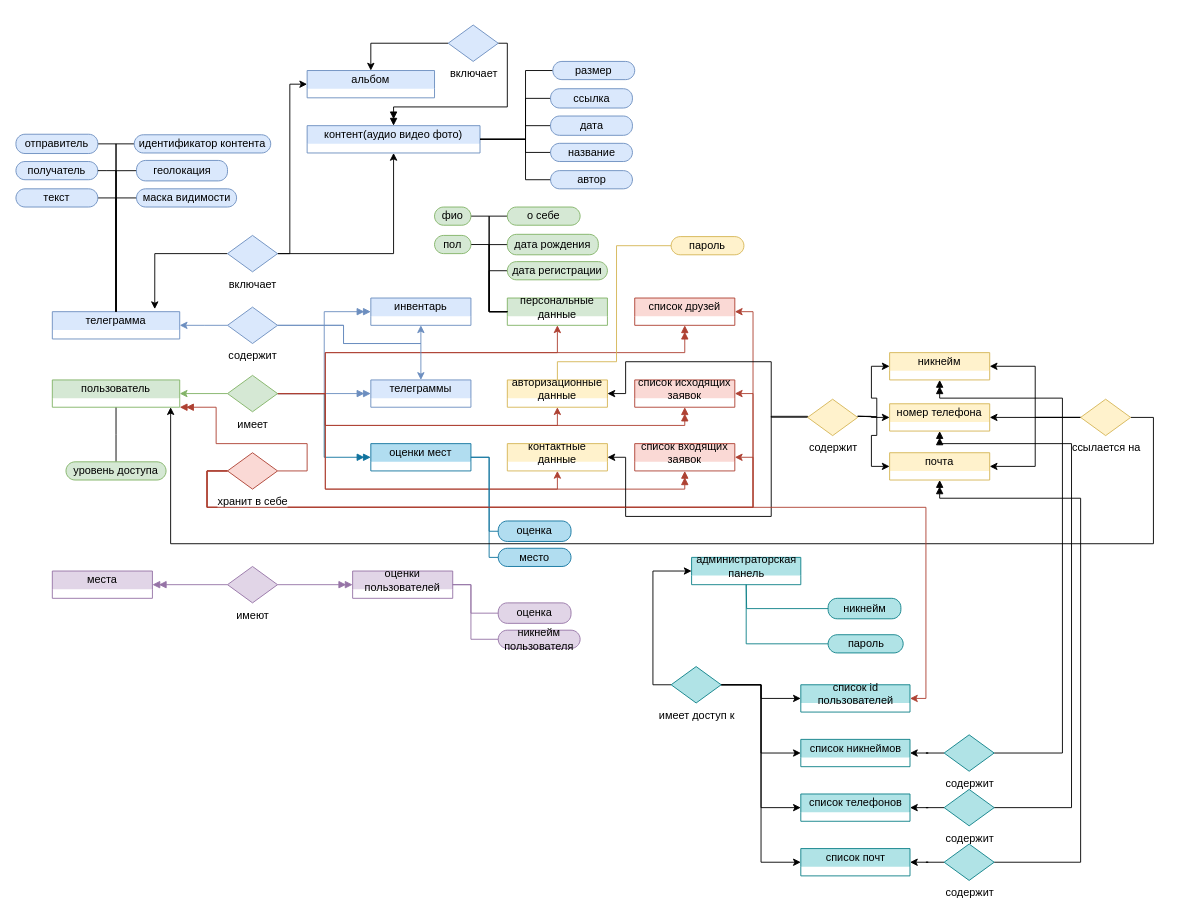
Earlier version of the draw.io diagram project.drawio (vadisflyer/katacoda-scenarios). Source tidied: cells renumbered, new cells numbered last; positions are measured from the earlier drawing's top-left corner, leaving out a move shared by most shapes. Both pictures are drawn from the tidied source at 91%, with x=0, y=0 at pixel (15, 25).
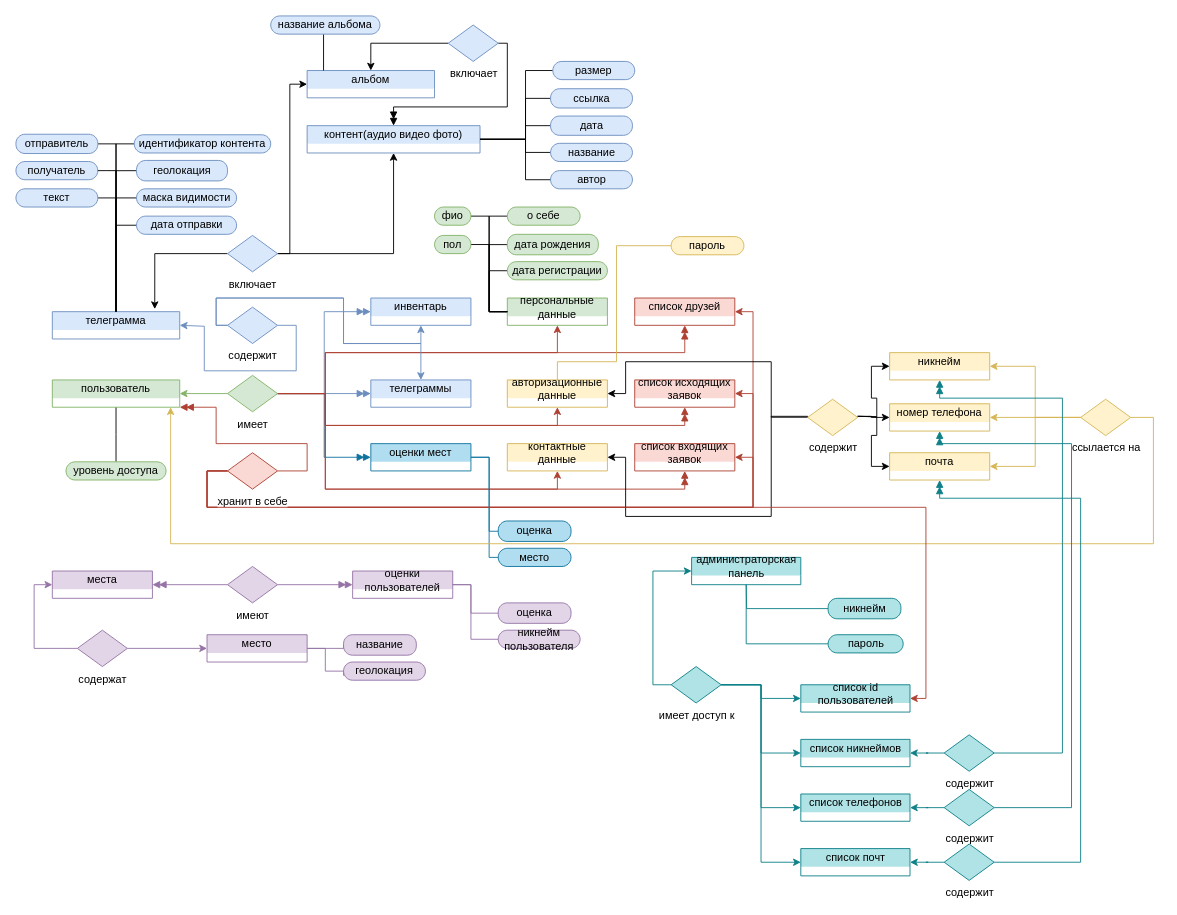
The same diagram, later.

The change refers to these unchanged cells:
```xml
<mxCell id="3" value="пользователь" style="swimlane;html=1;startSize=20;fontStyle=0;horizontal=1;swimlaneLine=0;fillColor=#d5e8d4;whiteSpace=wrap;strokeColor=#82b366;" parent="1" vertex="1">
  <mxGeometry x="40" y="390" width="140" height="30" as="geometry" />
</mxCell>
<mxCell id="4" value="инвентарь" style="swimlane;html=1;startSize=20;fontStyle=0;horizontal=1;swimlaneLine=0;fillColor=#dae8fc;whiteSpace=wrap;strokeColor=#6c8ebf;" parent="1" vertex="1">
  <mxGeometry x="390" y="300" width="110" height="30" as="geometry" />
</mxCell>
<mxCell id="6" value="телеграммы" style="swimlane;html=1;startSize=20;fontStyle=0;horizontal=1;swimlaneLine=0;fillColor=#dae8fc;whiteSpace=wrap;strokeColor=#6c8ebf;" parent="1" vertex="1">
  <mxGeometry x="390" y="390" width="110" height="30" as="geometry" />
</mxCell>
<mxCell id="16" value="места" style="swimlane;html=1;startSize=20;fontStyle=0;horizontal=1;swimlaneLine=0;fillColor=#e1d5e7;whiteSpace=wrap;strokeColor=#9673a6;" parent="1" vertex="1">
  <mxGeometry x="40" y="600" width="110" height="30" as="geometry" />
</mxCell>
<mxCell id="18" value="администраторская панель" style="swimlane;html=1;startSize=20;fontStyle=0;horizontal=1;swimlaneLine=0;fillColor=#b0e3e6;whiteSpace=wrap;strokeColor=#0e8088;" parent="1" vertex="1">
  <mxGeometry x="742.5" y="585" width="120" height="30" as="geometry" />
</mxCell>
<mxCell id="57" value="содержит" style="points=[[0.25,0.25,0],[0.5,0,0],[0.75,0.25,0],[1,0.5,0],[0.75,0.75,0],[0.5,1,0],[0.25,0.75,0],[0,0.5,0]];shape=mxgraph.bpmn.gateway2;html=1;verticalLabelPosition=bottom;labelBackgroundColor=#ffffff;verticalAlign=top;align=center;perimeter=rhombusPerimeter;outlineConnect=0;outline=none;symbol=none;fillColor=#dae8fc;strokeColor=#6c8ebf;" parent="1" vertex="1">
  <mxGeometry x="232.5" y="310" width="55" height="40" as="geometry" />
</mxCell>
<mxCell id="58" value="телеграмма" style="swimlane;html=1;startSize=20;fontStyle=0;horizontal=1;swimlaneLine=0;fillColor=#dae8fc;whiteSpace=wrap;strokeColor=#6c8ebf;" parent="1" vertex="1">
  <mxGeometry x="40" y="315" width="140" height="30" as="geometry" />
</mxCell>
<mxCell id="83" value="альбом" style="swimlane;html=1;startSize=20;fontStyle=0;horizontal=1;swimlaneLine=0;fillColor=#dae8fc;whiteSpace=wrap;strokeColor=#6c8ebf;" parent="1" vertex="1">
  <mxGeometry x="320" y="50" width="140" height="30" as="geometry" />
</mxCell>
<mxCell id="102" value="имеет доступ к" style="points=[[0.25,0.25,0],[0.5,0,0],[0.75,0.25,0],[1,0.5,0],[0.75,0.75,0],[0.5,1,0],[0.25,0.75,0],[0,0.5,0]];shape=mxgraph.bpmn.gateway2;html=1;verticalLabelPosition=bottom;labelBackgroundColor=#ffffff;verticalAlign=top;align=center;perimeter=rhombusPerimeter;outlineConnect=0;outline=none;symbol=none;fillColor=#b0e3e6;strokeColor=#0e8088;" parent="1" vertex="1">
  <mxGeometry x="720" y="705" width="55" height="40" as="geometry" />
</mxCell>
<mxCell id="103" value="список id пользователей" style="swimlane;html=1;startSize=20;fontStyle=0;horizontal=1;swimlaneLine=0;fillColor=#b0e3e6;whiteSpace=wrap;strokeColor=#0e8088;" parent="1" vertex="1">
  <mxGeometry x="862.5" y="725" width="120" height="30" as="geometry" />
</mxCell>
<mxCell id="104" value="список никнеймов" style="swimlane;html=1;startSize=20;fontStyle=0;horizontal=1;swimlaneLine=0;fillColor=#b0e3e6;whiteSpace=wrap;strokeColor=#0e8088;" parent="1" vertex="1">
  <mxGeometry x="862.5" y="785" width="120" height="30" as="geometry" />
</mxCell>
<mxCell id="105" value="список телефонов" style="swimlane;html=1;startSize=20;fontStyle=0;horizontal=1;swimlaneLine=0;fillColor=#b0e3e6;whiteSpace=wrap;strokeColor=#0e8088;" parent="1" vertex="1">
  <mxGeometry x="862.5" y="845" width="120" height="30" as="geometry" />
</mxCell>
<mxCell id="106" value="список почт" style="swimlane;html=1;startSize=20;fontStyle=0;horizontal=1;swimlaneLine=0;fillColor=#b0e3e6;whiteSpace=wrap;strokeColor=#0e8088;" parent="1" vertex="1">
  <mxGeometry x="862.5" y="905" width="120" height="30" as="geometry" />
</mxCell>
<mxCell id="107" value="никнейм" style="swimlane;html=1;startSize=20;fontStyle=0;horizontal=1;swimlaneLine=0;fillColor=#fff2cc;whiteSpace=wrap;strokeColor=#d6b656;" parent="1" vertex="1">
  <mxGeometry x="960.1" y="360" width="110" height="30" as="geometry" />
</mxCell>
<mxCell id="108" value="почта" style="swimlane;html=1;startSize=20;fontStyle=0;horizontal=1;swimlaneLine=0;fillColor=#fff2cc;whiteSpace=wrap;strokeColor=#d6b656;" parent="1" vertex="1">
  <mxGeometry x="960.1" y="470" width="110" height="30" as="geometry" />
</mxCell>
<mxCell id="109" value="номер телефона" style="swimlane;html=1;startSize=20;fontStyle=0;horizontal=1;swimlaneLine=0;fillColor=#fff2cc;whiteSpace=wrap;strokeColor=#d6b656;" parent="1" vertex="1">
  <mxGeometry x="960.1" y="416.2" width="110" height="30" as="geometry" />
</mxCell>
<mxCell id="119" value="ссылается на" style="points=[[0.25,0.25,0],[0.5,0,0],[0.75,0.25,0],[1,0.5,0],[0.75,0.75,0],[0.5,1,0],[0.25,0.75,0],[0,0.5,0]];shape=mxgraph.bpmn.gateway2;html=1;verticalLabelPosition=bottom;labelBackgroundColor=#ffffff;verticalAlign=top;align=center;perimeter=rhombusPerimeter;outlineConnect=0;outline=none;symbol=none;fillColor=#fff2cc;strokeColor=#d6b656;" parent="1" vertex="1">
  <mxGeometry x="1170" y="411.2" width="55" height="40" as="geometry" />
</mxCell>
<mxCell id="123" value="содержит" style="points=[[0.25,0.25,0],[0.5,0,0],[0.75,0.25,0],[1,0.5,0],[0.75,0.75,0],[0.5,1,0],[0.25,0.75,0],[0,0.5,0]];shape=mxgraph.bpmn.gateway2;html=1;verticalLabelPosition=bottom;labelBackgroundColor=#ffffff;verticalAlign=top;align=center;perimeter=rhombusPerimeter;outlineConnect=0;outline=none;symbol=none;fillColor=#b0e3e6;strokeColor=#0e8088;" parent="1" vertex="1">
  <mxGeometry x="1020" y="780" width="55" height="40" as="geometry" />
</mxCell>
<mxCell id="126" value="содержит" style="points=[[0.25,0.25,0],[0.5,0,0],[0.75,0.25,0],[1,0.5,0],[0.75,0.75,0],[0.5,1,0],[0.25,0.75,0],[0,0.5,0]];shape=mxgraph.bpmn.gateway2;html=1;verticalLabelPosition=bottom;labelBackgroundColor=#ffffff;verticalAlign=top;align=center;perimeter=rhombusPerimeter;outlineConnect=0;outline=none;symbol=none;fillColor=#b0e3e6;strokeColor=#0e8088;" parent="1" vertex="1">
  <mxGeometry x="1020" y="840" width="55" height="40" as="geometry" />
</mxCell>
<mxCell id="129" value="содержит" style="points=[[0.25,0.25,0],[0.5,0,0],[0.75,0.25,0],[1,0.5,0],[0.75,0.75,0],[0.5,1,0],[0.25,0.75,0],[0,0.5,0]];shape=mxgraph.bpmn.gateway2;html=1;verticalLabelPosition=bottom;labelBackgroundColor=#ffffff;verticalAlign=top;align=center;perimeter=rhombusPerimeter;outlineConnect=0;outline=none;symbol=none;fillColor=#b0e3e6;strokeColor=#0e8088;" parent="1" vertex="1">
  <mxGeometry x="1020" y="900" width="55" height="40" as="geometry" />
</mxCell>
```

Diff of the diagram source:
```diff
@@
-    <mxCell id="54" style="edgeStyle=orthogonalEdgeStyle;rounded=0;jettySize=auto;html=1;entryX=0.5;entryY=0;entryDx=0;entryDy=0;exitX=1;exitY=0.5;exitDx=0;exitDy=0;exitPerimeter=0;endArrow=classic;endFill=1;fillColor=#dae8fc;strokeColor=#6c8ebf;" parent="1" edge="1" source="57" target="6">
+    <mxCell id="54" style="edgeStyle=orthogonalEdgeStyle;rounded=0;jettySize=auto;html=1;entryX=0.5;entryY=0;entryDx=0;entryDy=0;exitX=0;exitY=0.5;exitDx=0;exitDy=0;exitPerimeter=0;endArrow=classic;endFill=1;fillColor=#dae8fc;strokeColor=#6c8ebf;" parent="1" edge="1" source="57" target="6">
       <mxGeometry relative="1" as="geometry">
         <Array as="points">
-          <mxPoint x="360" y="330" />
+          <mxPoint x="220" y="330" />
+          <mxPoint x="220" y="300" />
+          <mxPoint x="360" y="300" />
           <mxPoint x="360" y="350" />
           <mxPoint x="445" y="350" />
         </Array>
       </mxGeometry>
     </mxCell>
-    <mxCell id="55" style="edgeStyle=orthogonalEdgeStyle;rounded=0;jettySize=auto;html=1;entryX=0.5;entryY=1;entryDx=0;entryDy=0;exitX=1;exitY=0.5;exitDx=0;exitDy=0;exitPerimeter=0;fillColor=#dae8fc;strokeColor=#6c8ebf;" parent="1" edge="1" source="57" target="4">
+    <mxCell id="55" style="edgeStyle=orthogonalEdgeStyle;rounded=0;jettySize=auto;html=1;entryX=0.5;entryY=1;entryDx=0;entryDy=0;exitX=0;exitY=0.5;exitDx=0;exitDy=0;exitPerimeter=0;fillColor=#dae8fc;strokeColor=#6c8ebf;" parent="1" edge="1" source="57" target="4">
       <mxGeometry relative="1" as="geometry">
         <Array as="points">
-          <mxPoint x="360" y="330" />
+          <mxPoint x="220" y="330" />
+          <mxPoint x="220" y="300" />
+          <mxPoint x="360" y="300" />
           <mxPoint x="360" y="350" />
           <mxPoint x="445" y="350" />
         </Array>
       </mxGeometry>
     </mxCell>
-    <mxCell id="56" style="edgeStyle=orthogonalEdgeStyle;rounded=0;jettySize=auto;html=1;fillColor=#dae8fc;strokeColor=#6c8ebf;" parent="1" edge="1" source="57">
+    <mxCell id="56" style="edgeStyle=orthogonalEdgeStyle;rounded=0;jettySize=auto;html=1;fillColor=#dae8fc;strokeColor=#6c8ebf;exitX=1;exitY=0.5;exitDx=0;exitDy=0;exitPerimeter=0;" parent="1" edge="1" source="57">
       <mxGeometry relative="1" as="geometry">
         <mxPoint x="180" y="330" as="targetPoint" />
+        <Array as="points">
+          <mxPoint x="308" y="330" />
+          <mxPoint x="308" y="380" />
+          <mxPoint x="207" y="380" />
+          <mxPoint x="207" y="331" />
+        </Array>
       </mxGeometry>
     </mxCell>
@@
-    <mxCell id="97" style="edgeStyle=orthogonalEdgeStyle;rounded=0;jettySize=auto;html=1;entryX=0;entryY=0.5;entryDx=0;entryDy=0;exitX=0;exitY=0.5;exitDx=0;exitDy=0;exitPerimeter=0;" parent="1" edge="1" source="102" target="18">
+    <mxCell id="97" style="edgeStyle=orthogonalEdgeStyle;rounded=0;jettySize=auto;html=1;entryX=0;entryY=0.5;entryDx=0;entryDy=0;exitX=0;exitY=0.5;exitDx=0;exitDy=0;exitPerimeter=0;fillColor=#b0e3e6;strokeColor=#0e8088;" parent="1" edge="1" source="102" target="18">
       <mxGeometry relative="1" as="geometry" />
     </mxCell>
-    <mxCell id="98" style="edgeStyle=orthogonalEdgeStyle;rounded=0;jettySize=auto;html=1;entryX=0;entryY=0.5;entryDx=0;entryDy=0;" parent="1" edge="1" source="102" target="103">
+    <mxCell id="98" style="edgeStyle=orthogonalEdgeStyle;rounded=0;jettySize=auto;html=1;entryX=0;entryY=0.5;entryDx=0;entryDy=0;fillColor=#b0e3e6;strokeColor=#0e8088;" parent="1" edge="1" source="102" target="103">
       <mxGeometry relative="1" as="geometry" />
     </mxCell>
-    <mxCell id="99" style="edgeStyle=orthogonalEdgeStyle;rounded=0;jettySize=auto;html=1;entryX=0;entryY=0.5;entryDx=0;entryDy=0;" parent="1" edge="1" source="102" target="104">
+    <mxCell id="99" style="edgeStyle=orthogonalEdgeStyle;rounded=0;jettySize=auto;html=1;entryX=0;entryY=0.5;entryDx=0;entryDy=0;fillColor=#b0e3e6;strokeColor=#0e8088;" parent="1" edge="1" source="102" target="104">
       <mxGeometry relative="1" as="geometry" />
     </mxCell>
-    <mxCell id="100" style="edgeStyle=orthogonalEdgeStyle;rounded=0;jettySize=auto;html=1;entryX=0;entryY=0.5;entryDx=0;entryDy=0;" parent="1" edge="1" source="102" target="105">
+    <mxCell id="100" style="edgeStyle=orthogonalEdgeStyle;rounded=0;jettySize=auto;html=1;entryX=0;entryY=0.5;entryDx=0;entryDy=0;fillColor=#b0e3e6;strokeColor=#0e8088;" parent="1" edge="1" source="102" target="105">
       <mxGeometry relative="1" as="geometry" />
     </mxCell>
-    <mxCell id="101" style="edgeStyle=orthogonalEdgeStyle;rounded=0;jettySize=auto;html=1;entryX=0;entryY=0.5;entryDx=0;entryDy=0;" parent="1" edge="1" source="102" target="106">
+    <mxCell id="101" style="edgeStyle=orthogonalEdgeStyle;rounded=0;jettySize=auto;html=1;entryX=0;entryY=0.5;entryDx=0;entryDy=0;fillColor=#b0e3e6;strokeColor=#0e8088;" parent="1" edge="1" source="102" target="106">
       <mxGeometry relative="1" as="geometry" />
     </mxCell>
@@
-    <mxCell id="115" style="edgeStyle=orthogonalEdgeStyle;rounded=0;jettySize=auto;html=1;entryX=1;entryY=0.5;entryDx=0;entryDy=0;" parent="1" edge="1" source="119" target="107">
+    <mxCell id="115" style="edgeStyle=orthogonalEdgeStyle;rounded=0;jettySize=auto;html=1;entryX=1;entryY=0.5;entryDx=0;entryDy=0;fillColor=#fff2cc;strokeColor=#d6b656;" parent="1" edge="1" source="119" target="107">
       <mxGeometry relative="1" as="geometry" />
     </mxCell>
-    <mxCell id="116" style="edgeStyle=orthogonalEdgeStyle;rounded=0;jettySize=auto;html=1;entryX=1;entryY=0.5;entryDx=0;entryDy=0;" parent="1" edge="1" source="119" target="108">
+    <mxCell id="116" style="edgeStyle=orthogonalEdgeStyle;rounded=0;jettySize=auto;html=1;entryX=1;entryY=0.5;entryDx=0;entryDy=0;fillColor=#fff2cc;strokeColor=#d6b656;" parent="1" edge="1" source="119" target="108">
       <mxGeometry relative="1" as="geometry" />
     </mxCell>
-    <mxCell id="117" style="edgeStyle=orthogonalEdgeStyle;rounded=0;jettySize=auto;html=1;entryX=1;entryY=0.5;entryDx=0;entryDy=0;" parent="1" edge="1" source="119" target="109">
+    <mxCell id="117" style="edgeStyle=orthogonalEdgeStyle;rounded=0;jettySize=auto;html=1;entryX=1;entryY=0.5;entryDx=0;entryDy=0;fillColor=#fff2cc;strokeColor=#d6b656;" parent="1" edge="1" source="119" target="109">
       <mxGeometry relative="1" as="geometry" />
     </mxCell>
-    <mxCell id="118" style="edgeStyle=orthogonalEdgeStyle;rounded=0;jettySize=auto;html=1;exitX=1;exitY=0.5;exitDx=0;exitDy=0;exitPerimeter=0;" parent="1" edge="1" source="119" target="3">
+    <mxCell id="118" style="edgeStyle=orthogonalEdgeStyle;rounded=0;jettySize=auto;html=1;exitX=1;exitY=0.5;exitDx=0;exitDy=0;exitPerimeter=0;fillColor=#fff2cc;strokeColor=#d6b656;" parent="1" edge="1" source="119" target="3">
       <mxGeometry relative="1" as="geometry">
         <Array as="points">
           <mxPoint x="1250" y="431" />
           <mxPoint x="1250" y="570" />
           <mxPoint x="170" y="570" />
         </Array>
       </mxGeometry>
     </mxCell>
@@
-    <mxCell id="121" style="edgeStyle=orthogonalEdgeStyle;rounded=0;jettySize=auto;html=1;" parent="1" edge="1" source="123" target="104">
+    <mxCell id="121" style="edgeStyle=orthogonalEdgeStyle;rounded=0;jettySize=auto;html=1;fillColor=#b0e3e6;strokeColor=#0e8088;" parent="1" edge="1" source="123" target="104">
       <mxGeometry relative="1" as="geometry" />
     </mxCell>
-    <mxCell id="122" style="edgeStyle=orthogonalEdgeStyle;rounded=0;jettySize=auto;html=1;entryX=0.5;entryY=1;entryDx=0;entryDy=0;endArrow=doubleBlock;endFill=1;" parent="1" edge="1" source="123" target="107">
+    <mxCell id="122" style="edgeStyle=orthogonalEdgeStyle;rounded=0;jettySize=auto;html=1;entryX=0.5;entryY=1;entryDx=0;entryDy=0;endArrow=doubleBlock;endFill=1;fillColor=#b0e3e6;strokeColor=#0e8088;" parent="1" edge="1" source="123" target="107">
       <mxGeometry relative="1" as="geometry">
         <Array as="points">
           <mxPoint x="1150" y="800" />
           <mxPoint x="1150" y="410" />
           <mxPoint x="1015" y="410" />
         </Array>
       </mxGeometry>
     </mxCell>
@@
-    <mxCell id="124" style="edgeStyle=orthogonalEdgeStyle;rounded=0;jettySize=auto;html=1;entryX=1;entryY=0.5;entryDx=0;entryDy=0;" parent="1" edge="1" source="126" target="105">
+    <mxCell id="124" style="edgeStyle=orthogonalEdgeStyle;rounded=0;jettySize=auto;html=1;entryX=1;entryY=0.5;entryDx=0;entryDy=0;fillColor=#b0e3e6;strokeColor=#0e8088;" parent="1" edge="1" source="126" target="105">
       <mxGeometry relative="1" as="geometry" />
     </mxCell>
-    <mxCell id="125" style="edgeStyle=orthogonalEdgeStyle;rounded=0;jettySize=auto;html=1;entryX=0.5;entryY=1;entryDx=0;entryDy=0;endArrow=doubleBlock;endFill=1;" parent="1" edge="1" source="126" target="109">
+    <mxCell id="125" style="edgeStyle=orthogonalEdgeStyle;rounded=0;jettySize=auto;html=1;entryX=0.5;entryY=1;entryDx=0;entryDy=0;endArrow=doubleBlock;endFill=1;fillColor=#b0e3e6;strokeColor=#0e8088;" parent="1" edge="1" source="126" target="109">
       <mxGeometry relative="1" as="geometry">
         <Array as="points">
           <mxPoint x="1160" y="860" />
           <mxPoint x="1160" y="460" />
           <mxPoint x="1015" y="460" />
         </Array>
       </mxGeometry>
     </mxCell>
@@
-    <mxCell id="127" style="edgeStyle=orthogonalEdgeStyle;rounded=0;jettySize=auto;html=1;entryX=0.5;entryY=1;entryDx=0;entryDy=0;endArrow=doubleBlock;endFill=1;exitX=1;exitY=0.5;exitDx=0;exitDy=0;exitPerimeter=0;" parent="1" edge="1" source="129" target="108">
+    <mxCell id="127" style="edgeStyle=orthogonalEdgeStyle;rounded=0;jettySize=auto;html=1;entryX=0.5;entryY=1;entryDx=0;entryDy=0;endArrow=doubleBlock;endFill=1;exitX=1;exitY=0.5;exitDx=0;exitDy=0;exitPerimeter=0;fillColor=#b0e3e6;strokeColor=#0e8088;" parent="1" edge="1" source="129" target="108">
       <mxGeometry relative="1" as="geometry">
         <Array as="points">
           <mxPoint x="1170" y="920" />
           <mxPoint x="1170" y="520" />
           <mxPoint x="1015" y="520" />
         </Array>
       </mxGeometry>
     </mxCell>
-    <mxCell id="128" style="edgeStyle=orthogonalEdgeStyle;rounded=0;jettySize=auto;html=1;entryX=1;entryY=0.5;entryDx=0;entryDy=0;" parent="1" edge="1" source="129" target="106">
+    <mxCell id="128" style="edgeStyle=orthogonalEdgeStyle;rounded=0;jettySize=auto;html=1;entryX=1;entryY=0.5;entryDx=0;entryDy=0;fillColor=#b0e3e6;strokeColor=#0e8088;" parent="1" edge="1" source="129" target="106">
       <mxGeometry relative="1" as="geometry" />
     </mxCell>
@@
+    <mxCell id="130" style="edgeStyle=orthogonalEdgeStyle;rounded=0;jettySize=auto;html=1;entryX=0;entryY=0.5;entryDx=0;entryDy=0;exitX=0;exitY=0.5;exitDx=0;exitDy=0;exitPerimeter=0;fillColor=#e1d5e7;strokeColor=#9673a6;" parent="1" edge="1" source="132" target="16">
+      <mxGeometry relative="1" as="geometry" />
+    </mxCell>
+    <mxCell id="131" style="edgeStyle=orthogonalEdgeStyle;rounded=0;jettySize=auto;html=1;entryX=0;entryY=0.5;entryDx=0;entryDy=0;exitX=1;exitY=0.5;exitDx=0;exitDy=0;exitPerimeter=0;fillColor=#e1d5e7;strokeColor=#9673a6;" parent="1" edge="1" source="132" target="135">
+      <mxGeometry relative="1" as="geometry" />
+    </mxCell>
+    <mxCell id="132" value="содержат" style="points=[[0.25,0.25,0],[0.5,0,0],[0.75,0.25,0],[1,0.5,0],[0.75,0.75,0],[0.5,1,0],[0.25,0.75,0],[0,0.5,0]];shape=mxgraph.bpmn.gateway2;html=1;verticalLabelPosition=bottom;labelBackgroundColor=#ffffff;verticalAlign=top;align=center;perimeter=rhombusPerimeter;outlineConnect=0;outline=none;symbol=none;fillColor=#e1d5e7;strokeColor=#9673a6;" parent="1" vertex="1">
+      <mxGeometry x="67.5" y="665" width="55" height="40" as="geometry" />
+    </mxCell>
+    <mxCell id="133" style="edgeStyle=orthogonalEdgeStyle;rounded=0;jettySize=auto;html=1;entryX=0;entryY=0.5;entryDx=0;entryDy=0;entryPerimeter=0;endArrow=none;endFill=0;fillColor=#e1d5e7;strokeColor=#9673a6;" parent="1" edge="1" source="135" target="136">
+      <mxGeometry relative="1" as="geometry">
+        <Array as="points">
+          <mxPoint x="360" y="685" />
+        </Array>
+      </mxGeometry>
+    </mxCell>
+    <mxCell id="134" style="edgeStyle=orthogonalEdgeStyle;rounded=0;jettySize=auto;html=1;entryX=0;entryY=0.75;entryDx=0;entryDy=0;entryPerimeter=0;endArrow=none;endFill=0;fillColor=#e1d5e7;strokeColor=#9673a6;" parent="1" edge="1" source="135" target="137">
+      <mxGeometry relative="1" as="geometry">
+        <Array as="points">
+          <mxPoint x="340" y="685" />
+          <mxPoint x="340" y="710" />
+          <mxPoint x="360" y="710" />
+        </Array>
+      </mxGeometry>
+    </mxCell>
+    <mxCell id="135" value="место" style="swimlane;html=1;startSize=20;fontStyle=0;horizontal=1;swimlaneLine=0;fillColor=#e1d5e7;whiteSpace=wrap;strokeColor=#9673a6;" parent="1" vertex="1">
+      <mxGeometry x="210" y="670" width="110" height="30" as="geometry" />
+    </mxCell>
+    <mxCell id="136" value="название" style="points=[[0.25,0,0],[0.5,0,0],[0.75,0,0],[1,0.25,0],[1,0.5,0],[1,0.75,0],[0.75,1,0],[0.5,1,0],[0.25,1,0],[0,0.75,0],[0,0.5,0],[0,0.25,0]];shape=mxgraph.bpmn.task;whiteSpace=wrap;rectStyle=rounded;size=10;html=1;taskMarker=abstract;fillColor=#e1d5e7;strokeColor=#9673a6;" parent="1" vertex="1">
+      <mxGeometry x="360" y="670" width="80" height="22.5" as="geometry" />
+    </mxCell>
+    <mxCell id="137" value="геолокация" style="points=[[0.25,0,0],[0.5,0,0],[0.75,0,0],[1,0.25,0],[1,0.5,0],[1,0.75,0],[0.75,1,0],[0.5,1,0],[0.25,1,0],[0,0.75,0],[0,0.5,0],[0,0.25,0]];shape=mxgraph.bpmn.task;whiteSpace=wrap;rectStyle=rounded;size=10;html=1;taskMarker=abstract;fillColor=#e1d5e7;strokeColor=#9673a6;" parent="1" vertex="1">
+      <mxGeometry x="360" y="700" width="90" height="20" as="geometry" />
+    </mxCell>
+    <mxCell id="138" style="edgeStyle=orthogonalEdgeStyle;rounded=0;jettySize=auto;html=1;entryX=0.129;entryY=0;entryDx=0;entryDy=0;entryPerimeter=0;endArrow=none;endFill=0;" parent="1" edge="1" source="139" target="83">
+      <mxGeometry relative="1" as="geometry">
+        <Array as="points">
+          <mxPoint x="338" y="10" />
+          <mxPoint x="338" y="10" />
+        </Array>
+      </mxGeometry>
+    </mxCell>
+    <mxCell id="139" value="название альбома" style="points=[[0.25,0,0],[0.5,0,0],[0.75,0,0],[1,0.25,0],[1,0.5,0],[1,0.75,0],[0.75,1,0],[0.5,1,0],[0.25,1,0],[0,0.75,0],[0,0.5,0],[0,0.25,0]];shape=mxgraph.bpmn.task;whiteSpace=wrap;rectStyle=rounded;size=10;html=1;taskMarker=abstract;fillColor=#dae8fc;strokeColor=#6c8ebf;" parent="1" vertex="1">
+      <mxGeometry x="280" y="-10" width="120" height="20" as="geometry" />
+    </mxCell>
+    <mxCell id="140" style="edgeStyle=orthogonalEdgeStyle;rounded=0;jettySize=auto;html=1;endArrow=none;endFill=0;" parent="1" edge="1" source="141" target="58">
+      <mxGeometry relative="1" as="geometry">
+        <Array as="points">
+          <mxPoint x="110" y="220" />
+        </Array>
+      </mxGeometry>
+    </mxCell>
+    <mxCell id="141" value="дата отправки" style="points=[[0.25,0,0],[0.5,0,0],[0.75,0,0],[1,0.25,0],[1,0.5,0],[1,0.75,0],[0.75,1,0],[0.5,1,0],[0.25,1,0],[0,0.75,0],[0,0.5,0],[0,0.25,0]];shape=mxgraph.bpmn.task;whiteSpace=wrap;rectStyle=rounded;size=10;html=1;taskMarker=abstract;fillColor=#dae8fc;strokeColor=#6c8ebf;" parent="1" vertex="1">
+      <mxGeometry x="132.5" y="210" width="110" height="20" as="geometry" />
+    </mxCell>
```
